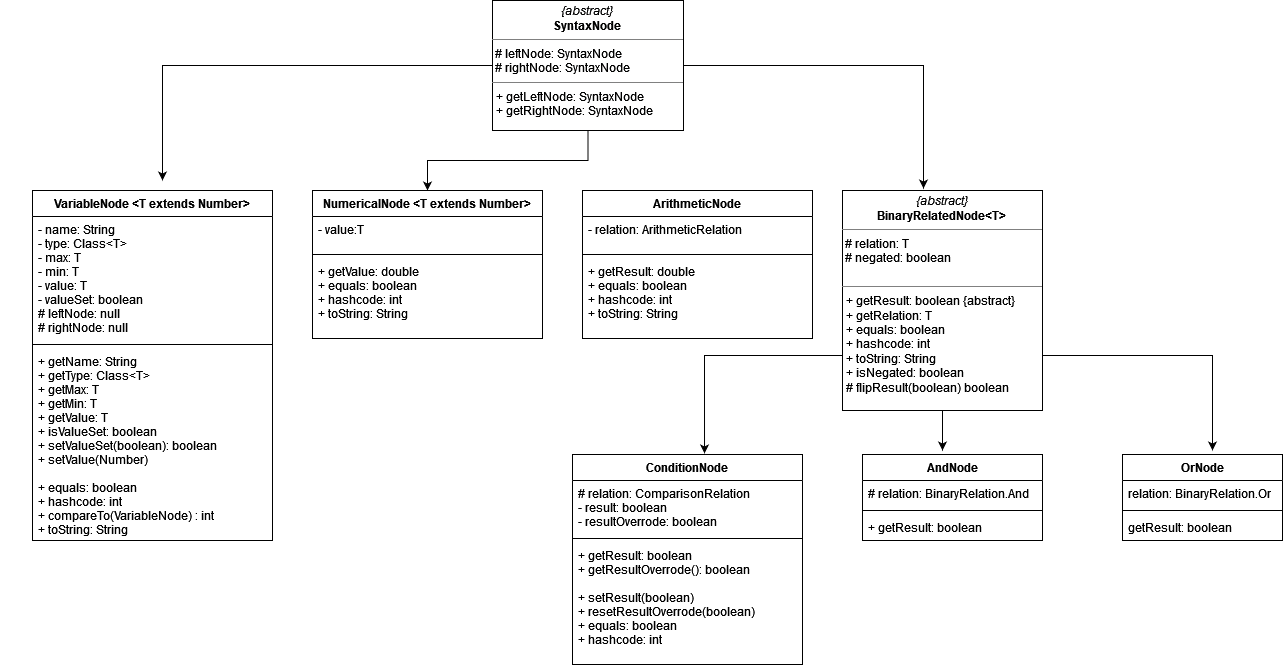
This is testing_assignment.drawio.png from Hayley-Kwok/com3529-assignment, a draw.io export, as it was before one commit. Source tidied: cells renumbered, new cells last; positions are measured from the earlier drawing's top-left corner, leaving out a move shared by most shapes.
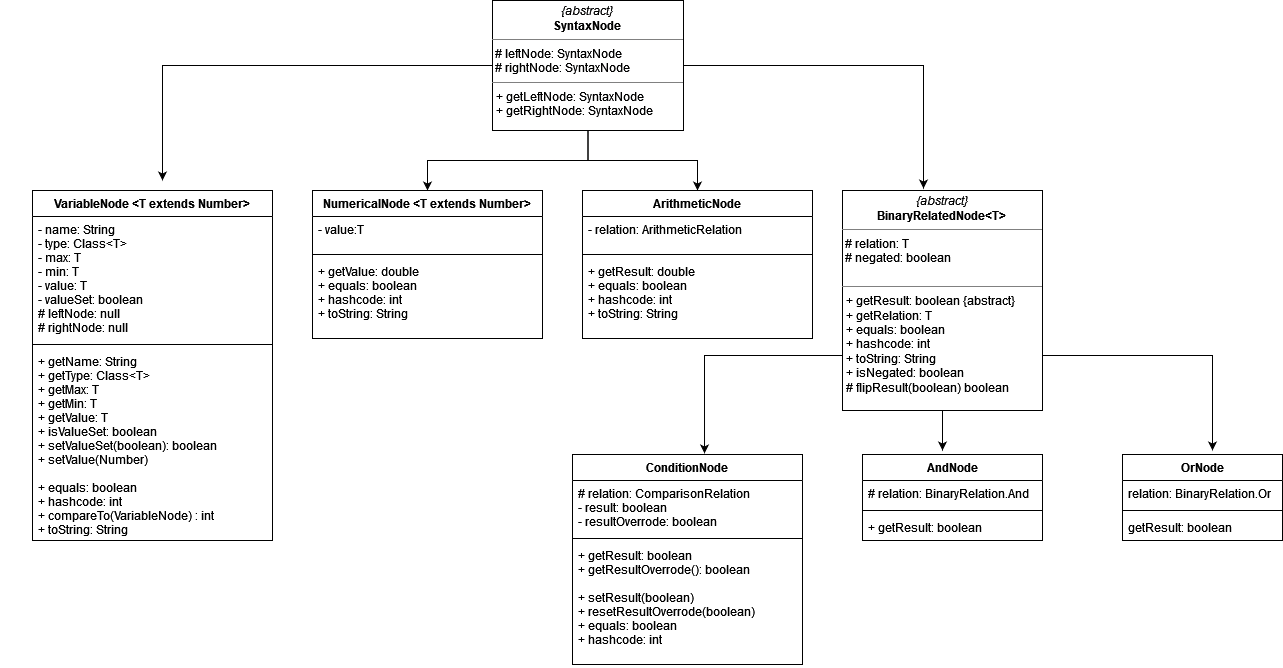
After the commit.

Diff of the diagram source:
```diff
@@ -19,6 +19,9 @@
         <mxPoint x="155" y="180" as="targetPoint" />
       </mxGeometry>
     </mxCell>
+    <mxCell id="35" style="edgeStyle=orthogonalEdgeStyle;rounded=0;jettySize=auto;html=1;" parent="1" edge="1" source="6" target="31">
+      <mxGeometry relative="1" as="geometry" />
+    </mxCell>
     <mxCell id="6" value="&lt;p style=&quot;margin: 0px ; margin-top: 4px ; text-align: center&quot;&gt;&lt;i&gt;{abstract}&lt;/i&gt;&lt;br&gt;&lt;b&gt;SyntaxNode&lt;br&gt;&lt;/b&gt;&lt;/p&gt;&lt;hr size=&quot;1&quot;&gt;&lt;div&gt;&amp;nbsp;# leftNode: SyntaxNode&lt;/div&gt;&lt;div&gt;&amp;nbsp;# rightNode: SyntaxNode&lt;br&gt;&lt;/div&gt;&lt;hr size=&quot;1&quot;&gt;&lt;p style=&quot;margin: 0px ; margin-left: 4px&quot;&gt;+ getLeftNode: SyntaxNode&lt;/p&gt;&lt;p style=&quot;margin: 0px ; margin-left: 4px&quot;&gt;+ getRightNode: SyntaxNode&lt;br&gt;&lt;/p&gt;" style="verticalAlign=top;align=left;overflow=fill;fontSize=12;fontFamily=Helvetica;html=1;" parent="1" vertex="1">
       <mxGeometry x="485" width="191" height="130" as="geometry" />
     </mxCell>
```
